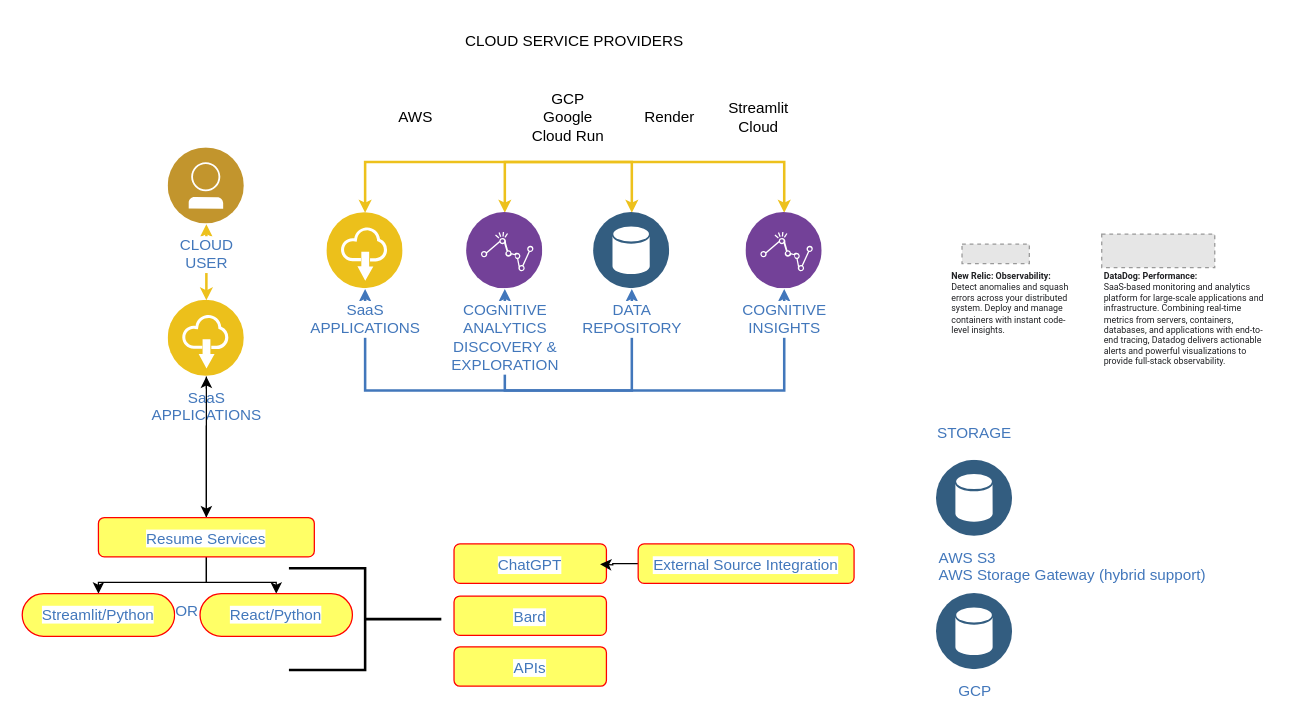
wwcollins/simple_chat_app.py keeps this draw.io diagram as page "Detailed Architecture" (1 of 5) of documentation/SW Architecture Generative AI Detail (5).drawio. Above is the earlier version. Source tidied: cells renumbered, new cells numbered last; positions are measured from the earlier drawing's top-left corner, leaving out a move shared by most shapes. Both pictures are drawn from the tidied source at 127%, with x=0, y=0 at pixel (22, 22). Pictures stored in the file or linked from it are replaced by grey dashed boxes.
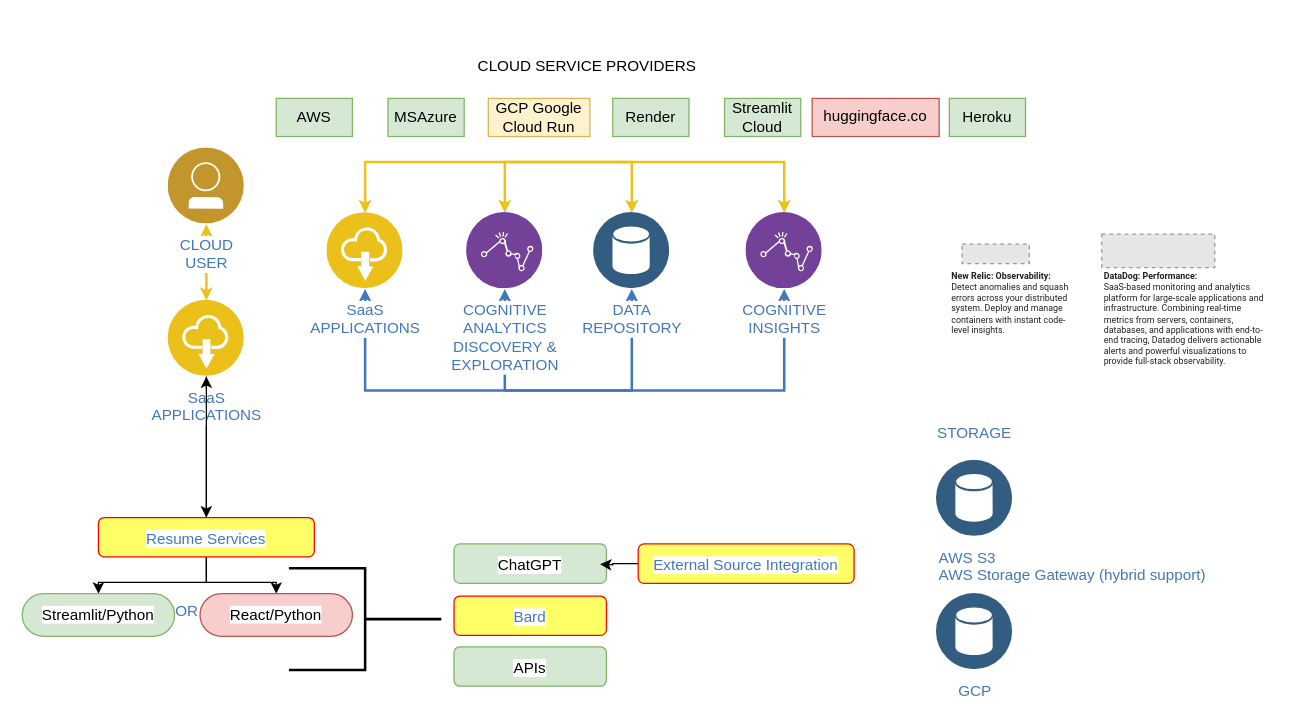
The same page after the edit.

Change to the diagram source:
```diff
@@
     <mxCell id="14" value="CLOUD SERVICE PROVIDERS" style="text;strokeColor=none;align=center;fillColor=none;html=1;verticalAlign=middle;whiteSpace=wrap;rounded=0;" parent="1" vertex="1">
-      <mxGeometry x="280" width="310" height="30" as="geometry" />
+      <mxGeometry x="290" y="20" width="310" height="30" as="geometry" />
     </mxCell>
-    <mxCell id="15" value="Render" style="text;strokeColor=none;align=center;fillColor=none;html=1;verticalAlign=middle;whiteSpace=wrap;rounded=0;" parent="1" vertex="1">
-      <mxGeometry x="480" y="60" width="60" height="30" as="geometry" />
+    <mxCell id="15" value="Render" style="text;strokeColor=#82b366;align=center;fillColor=#d5e8d4;html=1;verticalAlign=middle;whiteSpace=wrap;rounded=0;flipH=1;" parent="1" vertex="1">
+      <mxGeometry x="465" y="60" width="60" height="30" as="geometry" />
     </mxCell>
-    <mxCell id="16" value="GCP Google Cloud Run" style="text;strokeColor=none;align=center;fillColor=none;html=1;verticalAlign=middle;whiteSpace=wrap;rounded=0;" parent="1" vertex="1">
-      <mxGeometry x="400" y="60" width="60" height="30" as="geometry" />
+    <mxCell id="16" value="GCP Google Cloud Run" style="text;strokeColor=#d6b656;align=center;fillColor=#fff2cc;html=1;verticalAlign=middle;whiteSpace=wrap;rounded=0;flipH=1;" parent="1" vertex="1">
+      <mxGeometry x="367" y="60" width="80" height="30" as="geometry" />
     </mxCell>
-    <mxCell id="17" value="AWS" style="text;strokeColor=none;align=center;fillColor=none;html=1;verticalAlign=middle;whiteSpace=wrap;rounded=0;" parent="1" vertex="1">
-      <mxGeometry x="280" y="60" width="60" height="30" as="geometry" />
+    <mxCell id="17" value="AWS" style="text;strokeColor=#82b366;align=center;fillColor=#d5e8d4;html=1;verticalAlign=middle;whiteSpace=wrap;rounded=0;flipH=1;" parent="1" vertex="1">
+      <mxGeometry x="200" y="60" width="60" height="30" as="geometry" />
     </mxCell>
-    <mxCell id="18" value="Streamlit Cloud" style="text;strokeColor=none;align=center;fillColor=none;html=1;verticalAlign=middle;whiteSpace=wrap;rounded=0;" parent="1" vertex="1">
-      <mxGeometry x="550" y="60" width="60" height="30" as="geometry" />
+    <mxCell id="18" value="Streamlit Cloud" style="text;strokeColor=#82b366;align=center;fillColor=#d5e8d4;html=1;verticalAlign=middle;whiteSpace=wrap;rounded=0;flipH=1;" parent="1" vertex="1">
+      <mxGeometry x="553" y="60" width="60" height="30" as="geometry" />
     </mxCell>
@@
-    <mxCell id="23" value="ChatGPT" style="rounded=1;whiteSpace=wrap;html=1;verticalAlign=top;fillColor=#FFFF66;strokeColor=#FF0000;fontColor=#4277BB;shadow=0;dashed=0;labelBackgroundColor=#ffffff;gradientColor=none;spacingTop=3;" parent="1" vertex="1">
+    <mxCell id="23" value="ChatGPT" style="rounded=1;whiteSpace=wrap;html=1;verticalAlign=top;fillColor=#d5e8d4;strokeColor=#82b366;shadow=0;dashed=0;labelBackgroundColor=#ffffff;spacingTop=3;" parent="1" vertex="1">
       <mxGeometry x="340" y="410.8" width="120" height="31" as="geometry" />
     </mxCell>
@@
-    <mxCell id="25" value="APIs" style="rounded=1;whiteSpace=wrap;html=1;verticalAlign=top;fillColor=#FFFF66;strokeColor=#FF0000;fontColor=#4277BB;shadow=0;dashed=0;labelBackgroundColor=#ffffff;gradientColor=none;spacingTop=3;" parent="1" vertex="1">
+    <mxCell id="25" value="APIs" style="rounded=1;whiteSpace=wrap;html=1;verticalAlign=top;fillColor=#d5e8d4;strokeColor=#82b366;shadow=0;dashed=0;labelBackgroundColor=#ffffff;spacingTop=3;" parent="1" vertex="1">
       <mxGeometry x="340" y="491.8" width="120" height="31" as="geometry" />
     </mxCell>
@@
-    <mxCell id="29" value="Streamlit/Python" style="rounded=1;whiteSpace=wrap;html=1;verticalAlign=top;fillColor=#FFFF66;strokeColor=#FF0000;fontColor=#4277BB;shadow=0;dashed=0;labelBackgroundColor=#ffffff;gradientColor=none;spacingTop=3;arcSize=50;" parent="1" vertex="1">
+    <mxCell id="29" value="Streamlit/Python" style="rounded=1;whiteSpace=wrap;html=1;verticalAlign=top;fillColor=#d5e8d4;strokeColor=#82b366;shadow=0;dashed=0;labelBackgroundColor=#ffffff;spacingTop=3;arcSize=50;" parent="1" vertex="1">
       <mxGeometry y="450" width="120" height="33.5" as="geometry" />
     </mxCell>
@@
-    <mxCell id="36" value="React/Python" style="rounded=1;whiteSpace=wrap;html=1;verticalAlign=top;fillColor=#FFFF66;strokeColor=#FF0000;fontColor=#4277BB;shadow=0;dashed=0;labelBackgroundColor=#ffffff;gradientColor=none;spacingTop=3;arcSize=50;" parent="1" vertex="1">
+    <mxCell id="36" value="React/Python" style="rounded=1;whiteSpace=wrap;html=1;verticalAlign=top;fillColor=#f8cecc;strokeColor=#b85450;shadow=0;dashed=0;labelBackgroundColor=#ffffff;spacingTop=3;arcSize=50;" parent="1" vertex="1">
       <mxGeometry x="140" y="450" width="120" height="33.5" as="geometry" />
     </mxCell>
@@
+    <mxCell id="39" value="huggingface.co" style="text;whiteSpace=wrap;html=1;fillColor=#f8cecc;strokeColor=#b85450;align=center;flipH=1;" parent="1" vertex="1">
+      <mxGeometry x="622" y="60" width="100" height="30" as="geometry" />
+    </mxCell>
+    <mxCell id="40" value="MSAzure" style="text;strokeColor=#82b366;align=center;fillColor=#d5e8d4;html=1;verticalAlign=middle;whiteSpace=wrap;rounded=0;flipH=1;" parent="1" vertex="1">
+      <mxGeometry x="288" y="60" width="60" height="30" as="geometry" />
+    </mxCell>
+    <mxCell id="41" value="Heroku" style="text;strokeColor=#82b366;align=center;fillColor=#d5e8d4;html=1;verticalAlign=middle;whiteSpace=wrap;rounded=0;flipH=1;" parent="1" vertex="1">
+      <mxGeometry x="730" y="60" width="60" height="30" as="geometry" />
+    </mxCell>
```
